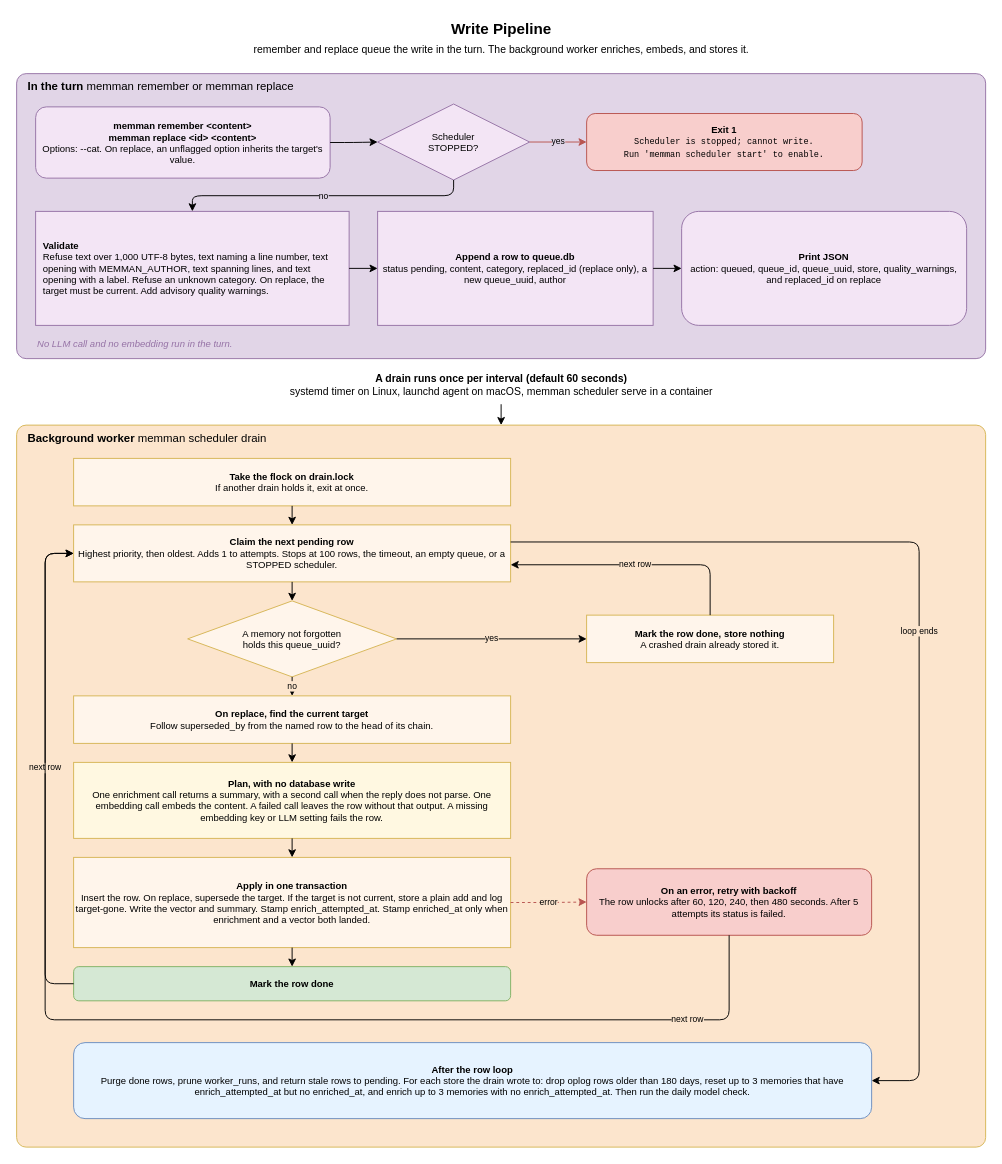
The draw.io diagram docs/diagrams/04-remember-pipeline.drawio in bissli/memman, before the edit. Source tidied: cells renumbered, new cells numbered last; positions are measured from the earlier drawing's top-left corner, leaving out a move shared by most shapes. Both pictures are drawn from the tidied source at 95%, with x=0, y=0 at pixel (16, 16).
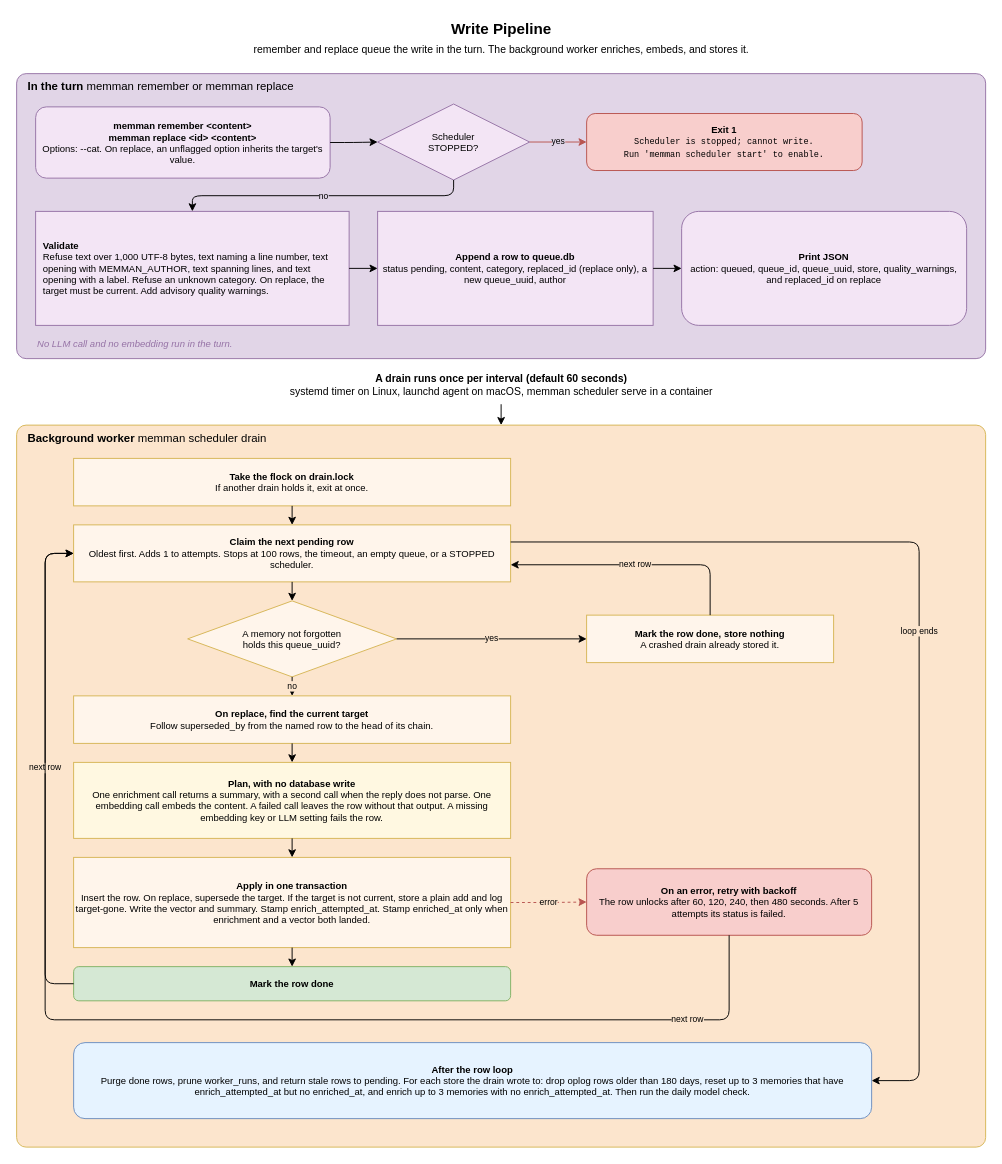
The same page after the edit.

Commit message (it also covers changes not shown here):
Label the queue claim as oldest-first in the write diagram

What changed in the source:
```diff
@@
-    <mxCell id="20" value="&lt;b&gt;Claim the next pending row&lt;/b&gt;&lt;br&gt;Highest priority, then oldest. Adds 1 to attempts. Stops at 100 rows, the timeout, an empty queue, or a STOPPED scheduler." style="rounded=0;whiteSpace=wrap;html=1;fillColor=#FFF5EB;strokeColor=#d6b656;fontSize=10;" parent="1" vertex="1">
+    <mxCell id="20" value="&lt;b&gt;Claim the next pending row&lt;/b&gt;&lt;br&gt;Oldest first. Adds 1 to attempts. Stops at 100 rows, the timeout, an empty queue, or a STOPPED scheduler." style="rounded=0;whiteSpace=wrap;html=1;fillColor=#FFF5EB;strokeColor=#d6b656;fontSize=10;" parent="1" vertex="1">
       <mxGeometry x="60" y="535" width="460" height="60" as="geometry" />
     </mxCell>
```
